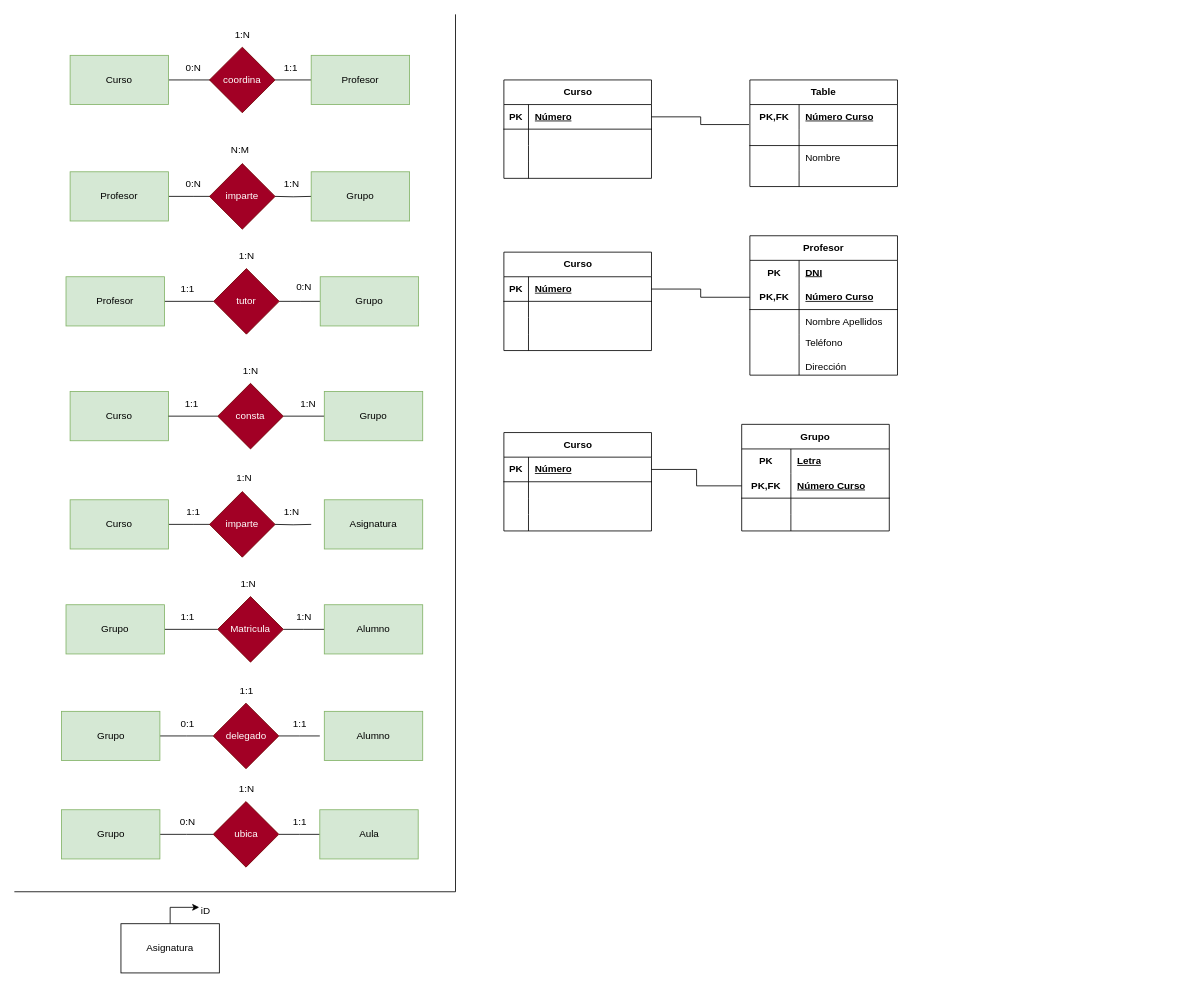
Earlier version of the draw.io diagram Unidad-2/Ejercicio-calificable-Docente-(MR-2)/Ejercicio-calificable-Docente-(MR-2).drawio (jpprguezz/BAE). Source tidied: cells renumbered, new cells numbered last; positions are measured from the earlier drawing's top-left corner, leaving out a move shared by most shapes. Both pictures are drawn from the tidied source at 82%, with x=0, y=0 at pixel (14, 14).
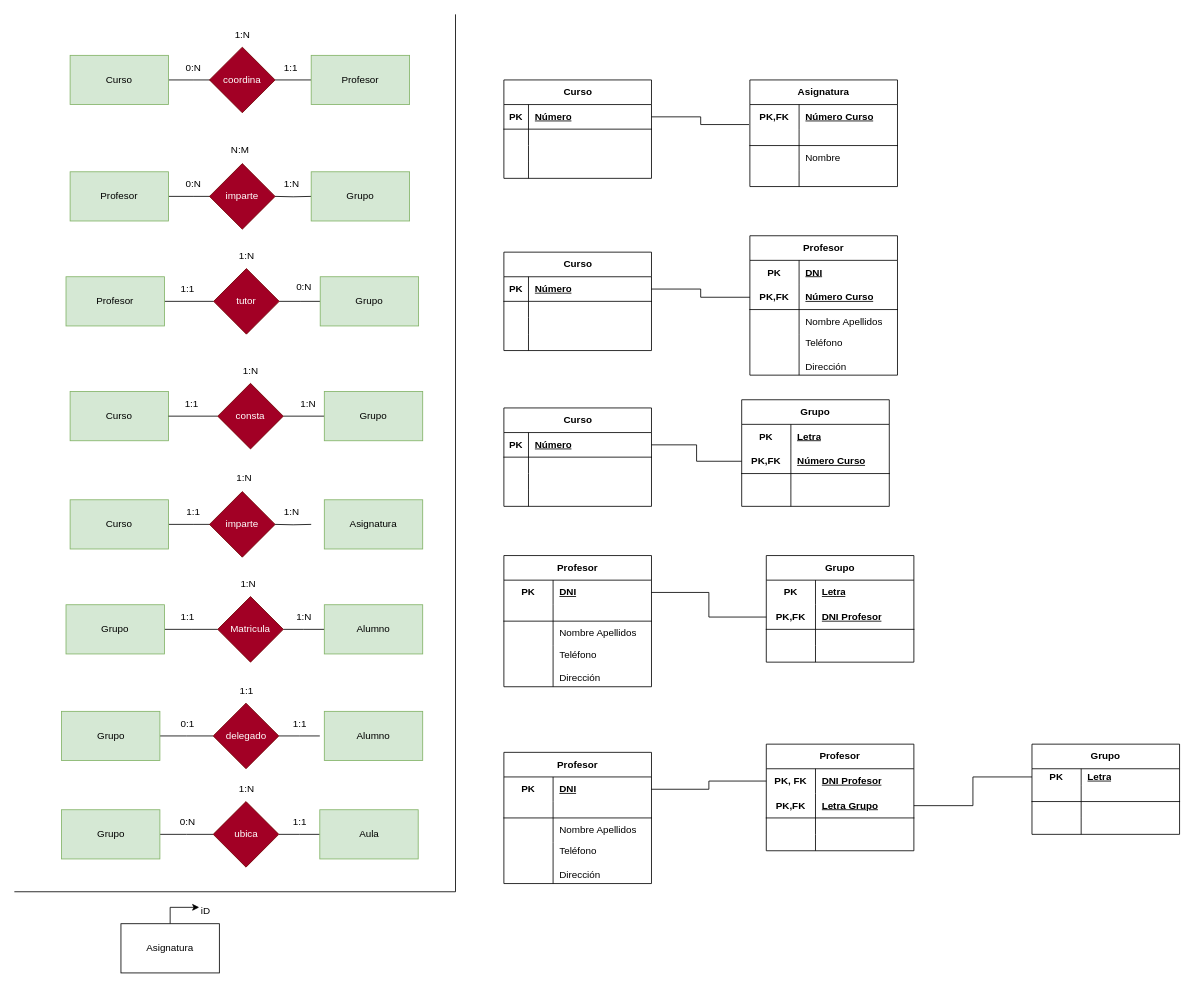
The same page after the edit.

What changed in the source:
```diff
@@
-    <mxCell id="84" value="Table" style="shape=table;startSize=30;childLayout=tableLayout;rowLines=0;fontStyle=1;align=center;html=1;whiteSpace=wrap;" parent="1" vertex="1">
+    <mxCell id="84" value="Asignatura" style="shape=table;startSize=30;childLayout=tableLayout;rowLines=0;fontStyle=1;align=center;html=1;whiteSpace=wrap;" parent="1" vertex="1">
       <mxGeometry x="897" y="80" width="180" height="130" as="geometry" />
     </mxCell>
@@
     <mxCell id="125" value="Curso" style="shape=table;startSize=30;childLayout=tableLayout;rowLines=0;fontStyle=1;align=center;html=1;" parent="1" vertex="1">
-      <mxGeometry x="597" y="510" width="180" height="120" as="geometry" />
+      <mxGeometry x="597" y="480" width="180" height="120" as="geometry" />
     </mxCell>
@@
     <mxCell id="138" value="Grupo" style="shape=table;startSize=30;childLayout=tableLayout;rowLines=0;fontStyle=1;align=center;html=1;whiteSpace=wrap;" parent="1" vertex="1">
-      <mxGeometry x="887" y="500" width="180" height="130" as="geometry" />
+      <mxGeometry x="887" y="470" width="180" height="130" as="geometry" />
     </mxCell>
@@
+    <mxCell id="152" value="Profesor" style="shape=table;startSize=30;childLayout=tableLayout;rowLines=0;fontStyle=1;align=center;html=1;whiteSpace=wrap;" parent="1" vertex="1">
+      <mxGeometry x="597" y="660" width="180" height="160" as="geometry" />
+    </mxCell>
+    <mxCell id="153" style="shape=tableRow;horizontal=0;startSize=0;swimlaneHead=0;swimlaneBody=0;fillColor=none;points=[[0,0.5],[1,0.5]];portConstraint=eastwest;top=0;left=0;right=0;bottom=0;html=1;" parent="152" vertex="1">
+      <mxGeometry y="30" width="180" height="30" as="geometry" />
+    </mxCell>
+    <mxCell id="154" value="PK" style="shape=partialRectangle;fillColor=none;top=0;left=0;bottom=0;right=0;fontStyle=1;overflow=hidden;html=1;whiteSpace=wrap;" parent="153" vertex="1">
+      <mxGeometry width="60" height="30" as="geometry" />
+    </mxCell>
+    <mxCell id="155" value="DNI" style="shape=partialRectangle;fillColor=none;top=0;left=0;bottom=0;right=0;align=left;spacingLeft=6;fontStyle=5;overflow=hidden;html=1;whiteSpace=wrap;" parent="153" vertex="1">
+      <mxGeometry x="60" width="120" height="30" as="geometry" />
+    </mxCell>
+    <mxCell id="156" style="shape=tableRow;horizontal=0;startSize=0;swimlaneHead=0;swimlaneBody=0;fillColor=none;top=0;left=0;right=0;bottom=1;html=1;" parent="152" vertex="1">
+      <mxGeometry y="60" width="180" height="20" as="geometry" />
+    </mxCell>
+    <mxCell id="157" style="shape=partialRectangle;fillColor=none;top=0;left=0;bottom=0;right=0;fontStyle=1;overflow=hidden;html=1;whiteSpace=wrap;" parent="156" vertex="1">
+      <mxGeometry width="60" height="20" as="geometry" />
+    </mxCell>
+    <mxCell id="158" style="shape=partialRectangle;fillColor=none;top=0;left=0;bottom=0;right=0;align=left;spacingLeft=6;fontStyle=5;overflow=hidden;html=1;whiteSpace=wrap;" parent="156" vertex="1">
+      <mxGeometry x="60" width="120" height="20" as="geometry" />
+    </mxCell>
+    <mxCell id="159" style="shape=tableRow;horizontal=0;startSize=0;swimlaneHead=0;swimlaneBody=0;fillColor=none;top=0;left=0;right=0;bottom=0;html=1;" parent="152" vertex="1">
+      <mxGeometry y="80" width="180" height="30" as="geometry" />
+    </mxCell>
+    <mxCell id="160" style="shape=partialRectangle;fillColor=none;top=0;left=0;bottom=0;right=0;overflow=hidden;html=1;whiteSpace=wrap;" parent="159" vertex="1">
+      <mxGeometry width="60" height="30" as="geometry" />
+    </mxCell>
+    <mxCell id="161" value="Nombre Apellidos" style="shape=partialRectangle;fillColor=none;top=0;left=0;bottom=0;right=0;align=left;spacingLeft=6;overflow=hidden;html=1;whiteSpace=wrap;" parent="159" vertex="1">
+      <mxGeometry x="60" width="120" height="30" as="geometry" />
+    </mxCell>
+    <mxCell id="162" style="shape=tableRow;horizontal=0;startSize=0;swimlaneHead=0;swimlaneBody=0;fillColor=none;top=0;left=0;right=0;bottom=0;html=1;" parent="152" vertex="1">
+      <mxGeometry y="110" width="180" height="50" as="geometry" />
+    </mxCell>
+    <mxCell id="163" style="shape=partialRectangle;fillColor=none;top=0;left=0;bottom=0;right=0;overflow=hidden;html=1;whiteSpace=wrap;" parent="162" vertex="1">
+      <mxGeometry width="60" height="50" as="geometry" />
+    </mxCell>
+    <mxCell id="164" value="&lt;div&gt;Teléfono&lt;/div&gt;&lt;div&gt;&lt;br&gt;&lt;/div&gt;&lt;div&gt;Dirección&lt;/div&gt;" style="shape=partialRectangle;fillColor=none;top=0;left=0;bottom=0;right=0;align=left;spacingLeft=6;overflow=hidden;html=1;whiteSpace=wrap;" parent="162" vertex="1">
+      <mxGeometry x="60" width="120" height="50" as="geometry" />
+    </mxCell>
+    <mxCell id="165" value="Grupo" style="shape=table;startSize=30;childLayout=tableLayout;rowLines=0;fontStyle=1;align=center;html=1;whiteSpace=wrap;" parent="1" vertex="1">
+      <mxGeometry x="917" y="660" width="180" height="130" as="geometry" />
+    </mxCell>
+    <mxCell id="166" style="shape=tableRow;horizontal=0;startSize=0;swimlaneHead=0;swimlaneBody=0;fillColor=none;top=0;left=0;right=0;bottom=0;html=1;" parent="165" vertex="1">
+      <mxGeometry y="30" width="180" height="30" as="geometry" />
+    </mxCell>
+    <mxCell id="167" value="PK" style="shape=partialRectangle;fillColor=none;top=0;left=0;bottom=0;right=0;fontStyle=1;overflow=hidden;html=1;whiteSpace=wrap;" parent="166" vertex="1">
+      <mxGeometry width="60" height="30" as="geometry" />
+    </mxCell>
+    <mxCell id="168" value="Letra" style="shape=partialRectangle;fillColor=none;top=0;left=0;bottom=0;right=0;align=left;spacingLeft=6;fontStyle=5;overflow=hidden;html=1;whiteSpace=wrap;" parent="166" vertex="1">
+      <mxGeometry x="60" width="120" height="30" as="geometry" />
+    </mxCell>
+    <mxCell id="169" style="shape=tableRow;horizontal=0;startSize=0;swimlaneHead=0;swimlaneBody=0;fillColor=none;points=[[0,0.5],[1,0.5]];portConstraint=eastwest;top=0;left=0;right=0;bottom=1;html=1;" parent="165" vertex="1">
+      <mxGeometry y="60" width="180" height="30" as="geometry" />
+    </mxCell>
+    <mxCell id="170" value="PK,FK" style="shape=partialRectangle;fillColor=none;top=0;left=0;bottom=0;right=0;fontStyle=1;overflow=hidden;html=1;whiteSpace=wrap;" parent="169" vertex="1">
+      <mxGeometry width="60" height="30" as="geometry" />
+    </mxCell>
+    <mxCell id="171" value="DNI Profesor" style="shape=partialRectangle;fillColor=none;top=0;left=0;bottom=0;right=0;align=left;spacingLeft=6;fontStyle=5;overflow=hidden;html=1;whiteSpace=wrap;" parent="169" vertex="1">
+      <mxGeometry x="60" width="120" height="30" as="geometry" />
+    </mxCell>
+    <mxCell id="172" style="shape=tableRow;horizontal=0;startSize=0;swimlaneHead=0;swimlaneBody=0;fillColor=none;top=0;left=0;right=0;bottom=0;html=1;" parent="165" vertex="1">
+      <mxGeometry y="90" width="180" height="20" as="geometry" />
+    </mxCell>
+    <mxCell id="173" style="shape=partialRectangle;fillColor=none;top=0;left=0;bottom=0;right=0;overflow=hidden;html=1;whiteSpace=wrap;" parent="172" vertex="1">
+      <mxGeometry width="60" height="20" as="geometry" />
+    </mxCell>
+    <mxCell id="174" style="shape=partialRectangle;fillColor=none;top=0;left=0;bottom=0;right=0;align=left;spacingLeft=6;overflow=hidden;html=1;whiteSpace=wrap;" parent="172" vertex="1">
+      <mxGeometry x="60" width="120" height="20" as="geometry" />
+    </mxCell>
+    <mxCell id="175" style="shape=tableRow;horizontal=0;startSize=0;swimlaneHead=0;swimlaneBody=0;fillColor=none;top=0;left=0;right=0;bottom=0;html=1;" parent="165" vertex="1">
+      <mxGeometry y="110" width="180" height="20" as="geometry" />
+    </mxCell>
+    <mxCell id="176" style="shape=partialRectangle;fillColor=none;top=0;left=0;bottom=0;right=0;overflow=hidden;html=1;whiteSpace=wrap;" parent="175" vertex="1">
+      <mxGeometry width="60" height="20" as="geometry" />
+    </mxCell>
+    <mxCell id="177" style="shape=partialRectangle;fillColor=none;top=0;left=0;bottom=0;right=0;align=left;spacingLeft=6;overflow=hidden;html=1;whiteSpace=wrap;" parent="175" vertex="1">
+      <mxGeometry x="60" width="120" height="20" as="geometry" />
+    </mxCell>
+    <mxCell id="178" style="edgeStyle=orthogonalEdgeStyle;rounded=0;jettySize=auto;html=1;entryX=0;entryY=0.5;entryDx=0;entryDy=0;endArrow=none;endFill=0;" parent="1" edge="1" source="153" target="169">
+      <mxGeometry relative="1" as="geometry" />
+    </mxCell>
+    <mxCell id="179" value="Profesor" style="shape=table;startSize=30;childLayout=tableLayout;rowLines=0;fontStyle=1;align=center;html=1;whiteSpace=wrap;" parent="1" vertex="1">
+      <mxGeometry x="597" y="900" width="180" height="160" as="geometry" />
+    </mxCell>
+    <mxCell id="180" style="shape=tableRow;horizontal=0;startSize=0;swimlaneHead=0;swimlaneBody=0;fillColor=none;points=[[0,0.5],[1,0.5]];portConstraint=eastwest;top=0;left=0;right=0;bottom=0;html=1;" parent="179" vertex="1">
+      <mxGeometry y="30" width="180" height="30" as="geometry" />
+    </mxCell>
+    <mxCell id="181" value="PK" style="shape=partialRectangle;fillColor=none;top=0;left=0;bottom=0;right=0;fontStyle=1;overflow=hidden;html=1;whiteSpace=wrap;" parent="180" vertex="1">
+      <mxGeometry width="60" height="30" as="geometry" />
+    </mxCell>
+    <mxCell id="182" value="DNI" style="shape=partialRectangle;fillColor=none;top=0;left=0;bottom=0;right=0;align=left;spacingLeft=6;fontStyle=5;overflow=hidden;html=1;whiteSpace=wrap;" parent="180" vertex="1">
+      <mxGeometry x="60" width="120" height="30" as="geometry" />
+    </mxCell>
+    <mxCell id="183" style="shape=tableRow;horizontal=0;startSize=0;swimlaneHead=0;swimlaneBody=0;fillColor=none;top=0;left=0;right=0;bottom=1;html=1;" parent="179" vertex="1">
+      <mxGeometry y="60" width="180" height="20" as="geometry" />
+    </mxCell>
+    <mxCell id="184" style="shape=partialRectangle;fillColor=none;top=0;left=0;bottom=0;right=0;fontStyle=1;overflow=hidden;html=1;whiteSpace=wrap;" parent="183" vertex="1">
+      <mxGeometry width="60" height="20" as="geometry" />
+    </mxCell>
+    <mxCell id="185" style="shape=partialRectangle;fillColor=none;top=0;left=0;bottom=0;right=0;align=left;spacingLeft=6;fontStyle=5;overflow=hidden;html=1;whiteSpace=wrap;" parent="183" vertex="1">
+      <mxGeometry x="60" width="120" height="20" as="geometry" />
+    </mxCell>
+    <mxCell id="186" style="shape=tableRow;horizontal=0;startSize=0;swimlaneHead=0;swimlaneBody=0;fillColor=none;top=0;left=0;right=0;bottom=0;html=1;" parent="179" vertex="1">
+      <mxGeometry y="80" width="180" height="30" as="geometry" />
+    </mxCell>
+    <mxCell id="187" style="shape=partialRectangle;fillColor=none;top=0;left=0;bottom=0;right=0;overflow=hidden;html=1;whiteSpace=wrap;" parent="186" vertex="1">
+      <mxGeometry width="60" height="30" as="geometry" />
+    </mxCell>
+    <mxCell id="188" value="Nombre Apellidos" style="shape=partialRectangle;fillColor=none;top=0;left=0;bottom=0;right=0;align=left;spacingLeft=6;overflow=hidden;html=1;whiteSpace=wrap;" parent="186" vertex="1">
+      <mxGeometry x="60" width="120" height="30" as="geometry" />
+    </mxCell>
+    <mxCell id="189" style="shape=tableRow;horizontal=0;startSize=0;swimlaneHead=0;swimlaneBody=0;fillColor=none;top=0;left=0;right=0;bottom=0;html=1;" parent="179" vertex="1">
+      <mxGeometry y="110" width="180" height="50" as="geometry" />
+    </mxCell>
+    <mxCell id="190" style="shape=partialRectangle;fillColor=none;top=0;left=0;bottom=0;right=0;overflow=hidden;html=1;whiteSpace=wrap;" parent="189" vertex="1">
+      <mxGeometry width="60" height="50" as="geometry" />
+    </mxCell>
+    <mxCell id="191" value="&lt;div&gt;Teléfono&lt;/div&gt;&lt;div&gt;&lt;br&gt;&lt;/div&gt;&lt;div&gt;Dirección&lt;/div&gt;" style="shape=partialRectangle;fillColor=none;top=0;left=0;bottom=0;right=0;align=left;spacingLeft=6;overflow=hidden;html=1;whiteSpace=wrap;" parent="189" vertex="1">
+      <mxGeometry x="60" width="120" height="50" as="geometry" />
+    </mxCell>
+    <mxCell id="192" value="Grupo" style="shape=table;startSize=30;childLayout=tableLayout;rowLines=0;fontStyle=1;align=center;html=1;whiteSpace=wrap;" parent="1" vertex="1">
+      <mxGeometry x="1241" y="890" width="180" height="110" as="geometry" />
+    </mxCell>
+    <mxCell id="193" style="shape=tableRow;horizontal=0;startSize=0;swimlaneHead=0;swimlaneBody=0;fillColor=none;points=[[0,0.5],[1,0.5]];portConstraint=eastwest;top=0;left=0;right=0;bottom=0;html=1;" parent="192" vertex="1">
+      <mxGeometry y="30" width="180" height="20" as="geometry" />
+    </mxCell>
+    <mxCell id="194" value="PK" style="shape=partialRectangle;fillColor=none;top=0;left=0;bottom=0;right=0;fontStyle=1;overflow=hidden;html=1;whiteSpace=wrap;" parent="193" vertex="1">
+      <mxGeometry width="60" height="20" as="geometry" />
+    </mxCell>
+    <mxCell id="195" value="Letra" style="shape=partialRectangle;fillColor=none;top=0;left=0;bottom=0;right=0;align=left;spacingLeft=6;fontStyle=5;overflow=hidden;html=1;whiteSpace=wrap;" parent="193" vertex="1">
+      <mxGeometry x="60" width="120" height="20" as="geometry" />
+    </mxCell>
+    <mxCell id="196" style="shape=tableRow;horizontal=0;startSize=0;swimlaneHead=0;swimlaneBody=0;fillColor=none;top=0;left=0;right=0;bottom=1;html=1;" parent="192" vertex="1">
+      <mxGeometry y="50" width="180" height="20" as="geometry" />
+    </mxCell>
+    <mxCell id="197" style="shape=partialRectangle;fillColor=none;top=0;left=0;bottom=0;right=0;fontStyle=1;overflow=hidden;html=1;whiteSpace=wrap;" parent="196" vertex="1">
+      <mxGeometry width="60" height="20" as="geometry" />
+    </mxCell>
+    <mxCell id="198" style="shape=partialRectangle;fillColor=none;top=0;left=0;bottom=0;right=0;align=left;spacingLeft=6;fontStyle=5;overflow=hidden;html=1;whiteSpace=wrap;" parent="196" vertex="1">
+      <mxGeometry x="60" width="120" height="20" as="geometry" />
+    </mxCell>
+    <mxCell id="199" style="shape=tableRow;horizontal=0;startSize=0;swimlaneHead=0;swimlaneBody=0;fillColor=none;top=0;left=0;right=0;bottom=0;html=1;" parent="192" vertex="1">
+      <mxGeometry y="70" width="180" height="20" as="geometry" />
+    </mxCell>
+    <mxCell id="200" style="shape=partialRectangle;fillColor=none;top=0;left=0;bottom=0;right=0;overflow=hidden;html=1;whiteSpace=wrap;" parent="199" vertex="1">
+      <mxGeometry width="60" height="20" as="geometry" />
+    </mxCell>
+    <mxCell id="201" style="shape=partialRectangle;fillColor=none;top=0;left=0;bottom=0;right=0;align=left;spacingLeft=6;overflow=hidden;html=1;whiteSpace=wrap;" parent="199" vertex="1">
+      <mxGeometry x="60" width="120" height="20" as="geometry" />
+    </mxCell>
+    <mxCell id="202" style="shape=tableRow;horizontal=0;startSize=0;swimlaneHead=0;swimlaneBody=0;fillColor=none;top=0;left=0;right=0;bottom=0;html=1;" parent="192" vertex="1">
+      <mxGeometry y="90" width="180" height="20" as="geometry" />
+    </mxCell>
+    <mxCell id="203" style="shape=partialRectangle;fillColor=none;top=0;left=0;bottom=0;right=0;overflow=hidden;html=1;whiteSpace=wrap;" parent="202" vertex="1">
+      <mxGeometry width="60" height="20" as="geometry" />
+    </mxCell>
+    <mxCell id="204" style="shape=partialRectangle;fillColor=none;top=0;left=0;bottom=0;right=0;align=left;spacingLeft=6;overflow=hidden;html=1;whiteSpace=wrap;" parent="202" vertex="1">
+      <mxGeometry x="60" width="120" height="20" as="geometry" />
+    </mxCell>
+    <mxCell id="205" value="Profesor" style="shape=table;startSize=30;childLayout=tableLayout;rowLines=0;fontStyle=1;align=center;html=1;whiteSpace=wrap;" parent="1" vertex="1">
+      <mxGeometry x="917" y="890" width="180" height="130" as="geometry" />
+    </mxCell>
+    <mxCell id="206" style="shape=tableRow;horizontal=0;startSize=0;swimlaneHead=0;swimlaneBody=0;fillColor=none;points=[[0,0.5],[1,0.5]];portConstraint=eastwest;top=0;left=0;right=0;bottom=0;html=1;" parent="205" vertex="1">
+      <mxGeometry y="30" width="180" height="30" as="geometry" />
+    </mxCell>
+    <mxCell id="207" value="PK, FK" style="shape=partialRectangle;fillColor=none;top=0;left=0;bottom=0;right=0;fontStyle=1;overflow=hidden;html=1;whiteSpace=wrap;" parent="206" vertex="1">
+      <mxGeometry width="60" height="30" as="geometry" />
+    </mxCell>
+    <mxCell id="208" value="DNI Profesor" style="shape=partialRectangle;fillColor=none;top=0;left=0;bottom=0;right=0;align=left;spacingLeft=6;fontStyle=5;overflow=hidden;html=1;whiteSpace=wrap;" parent="206" vertex="1">
+      <mxGeometry x="60" width="120" height="30" as="geometry" />
+    </mxCell>
+    <mxCell id="209" style="shape=tableRow;horizontal=0;startSize=0;swimlaneHead=0;swimlaneBody=0;fillColor=none;points=[[0,0.5],[1,0.5]];portConstraint=eastwest;top=0;left=0;right=0;bottom=1;html=1;" parent="205" vertex="1">
+      <mxGeometry y="60" width="180" height="30" as="geometry" />
+    </mxCell>
+    <mxCell id="210" value="PK,FK" style="shape=partialRectangle;fillColor=none;top=0;left=0;bottom=0;right=0;fontStyle=1;overflow=hidden;html=1;whiteSpace=wrap;" parent="209" vertex="1">
+      <mxGeometry width="60" height="30" as="geometry" />
+    </mxCell>
+    <mxCell id="211" value="Letra Grupo" style="shape=partialRectangle;fillColor=none;top=0;left=0;bottom=0;right=0;align=left;spacingLeft=6;fontStyle=5;overflow=hidden;html=1;whiteSpace=wrap;" parent="209" vertex="1">
+      <mxGeometry x="60" width="120" height="30" as="geometry" />
+    </mxCell>
+    <mxCell id="212" style="shape=tableRow;horizontal=0;startSize=0;swimlaneHead=0;swimlaneBody=0;fillColor=none;top=0;left=0;right=0;bottom=0;html=1;" parent="205" vertex="1">
+      <mxGeometry y="90" width="180" height="20" as="geometry" />
+    </mxCell>
+    <mxCell id="213" style="shape=partialRectangle;fillColor=none;top=0;left=0;bottom=0;right=0;overflow=hidden;html=1;whiteSpace=wrap;" parent="212" vertex="1">
+      <mxGeometry width="60" height="20" as="geometry" />
+    </mxCell>
+    <mxCell id="214" style="shape=partialRectangle;fillColor=none;top=0;left=0;bottom=0;right=0;align=left;spacingLeft=6;overflow=hidden;html=1;whiteSpace=wrap;" parent="212" vertex="1">
+      <mxGeometry x="60" width="120" height="20" as="geometry" />
+    </mxCell>
+    <mxCell id="215" style="shape=tableRow;horizontal=0;startSize=0;swimlaneHead=0;swimlaneBody=0;fillColor=none;top=0;left=0;right=0;bottom=0;html=1;" parent="205" vertex="1">
+      <mxGeometry y="110" width="180" height="20" as="geometry" />
+    </mxCell>
+    <mxCell id="216" style="shape=partialRectangle;fillColor=none;top=0;left=0;bottom=0;right=0;overflow=hidden;html=1;whiteSpace=wrap;" parent="215" vertex="1">
+      <mxGeometry width="60" height="20" as="geometry" />
+    </mxCell>
+    <mxCell id="217" style="shape=partialRectangle;fillColor=none;top=0;left=0;bottom=0;right=0;align=left;spacingLeft=6;overflow=hidden;html=1;whiteSpace=wrap;" parent="215" vertex="1">
+      <mxGeometry x="60" width="120" height="20" as="geometry" />
+    </mxCell>
+    <mxCell id="218" style="edgeStyle=orthogonalEdgeStyle;rounded=0;jettySize=auto;html=1;entryX=0;entryY=0.5;entryDx=0;entryDy=0;endArrow=none;endFill=0;" parent="1" edge="1" source="180" target="206">
+      <mxGeometry relative="1" as="geometry" />
+    </mxCell>
+    <mxCell id="219" style="edgeStyle=orthogonalEdgeStyle;rounded=0;jettySize=auto;html=1;entryX=0;entryY=0.5;entryDx=0;entryDy=0;endArrow=none;endFill=0;" parent="1" edge="1" source="209" target="193">
+      <mxGeometry relative="1" as="geometry" />
+    </mxCell>
```
